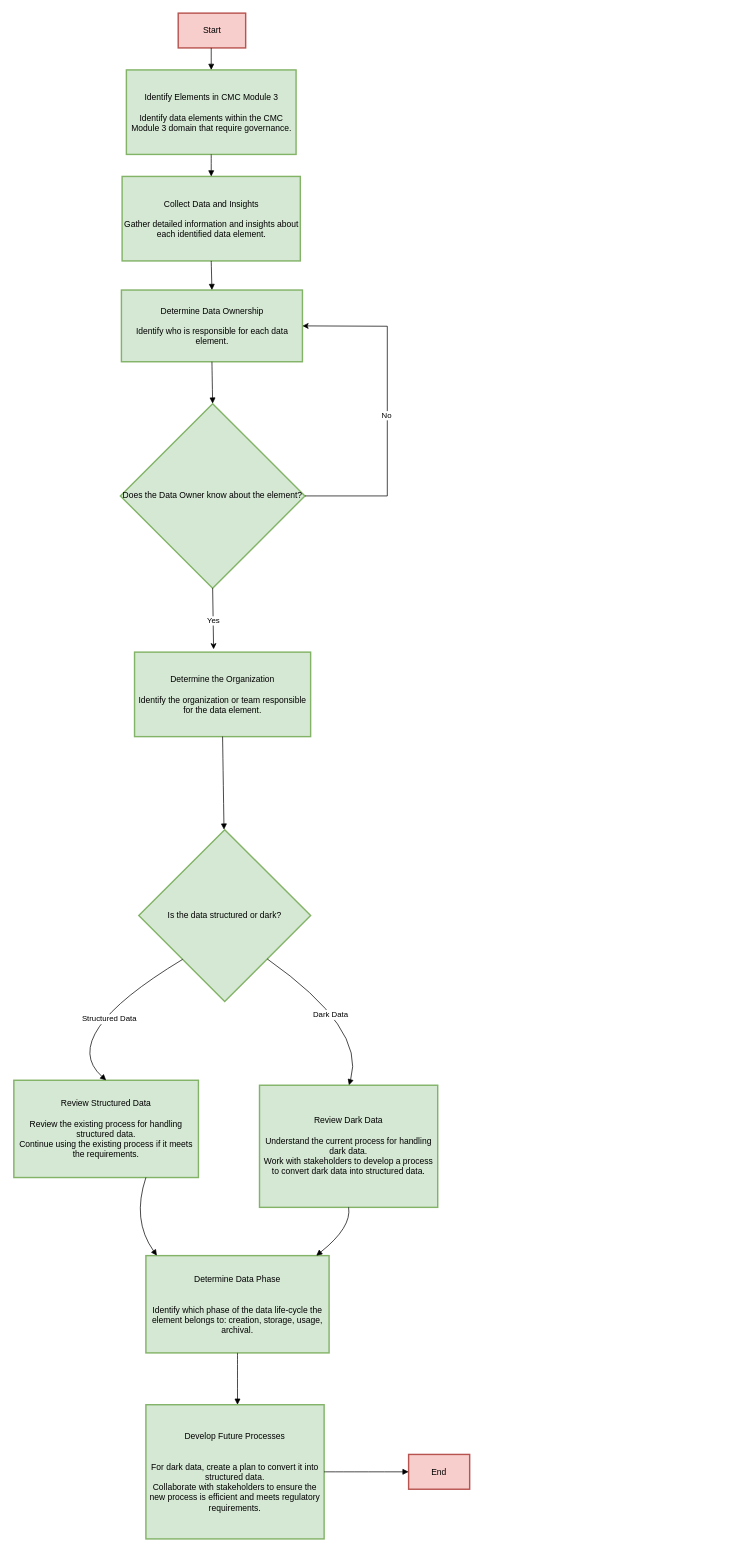
Earlier version of the draw.io diagram page "Page-1" (1 of 2) of Untitled Diagram1.drawio (pavanaj007/pavanaj0071). Source tidied: cells renumbered, new cells numbered last; positions are measured from the earlier drawing's top-left corner, leaving out a move shared by most shapes. Both pictures are drawn from the tidied source at 71%, with x=0, y=0 at pixel (13, 13).
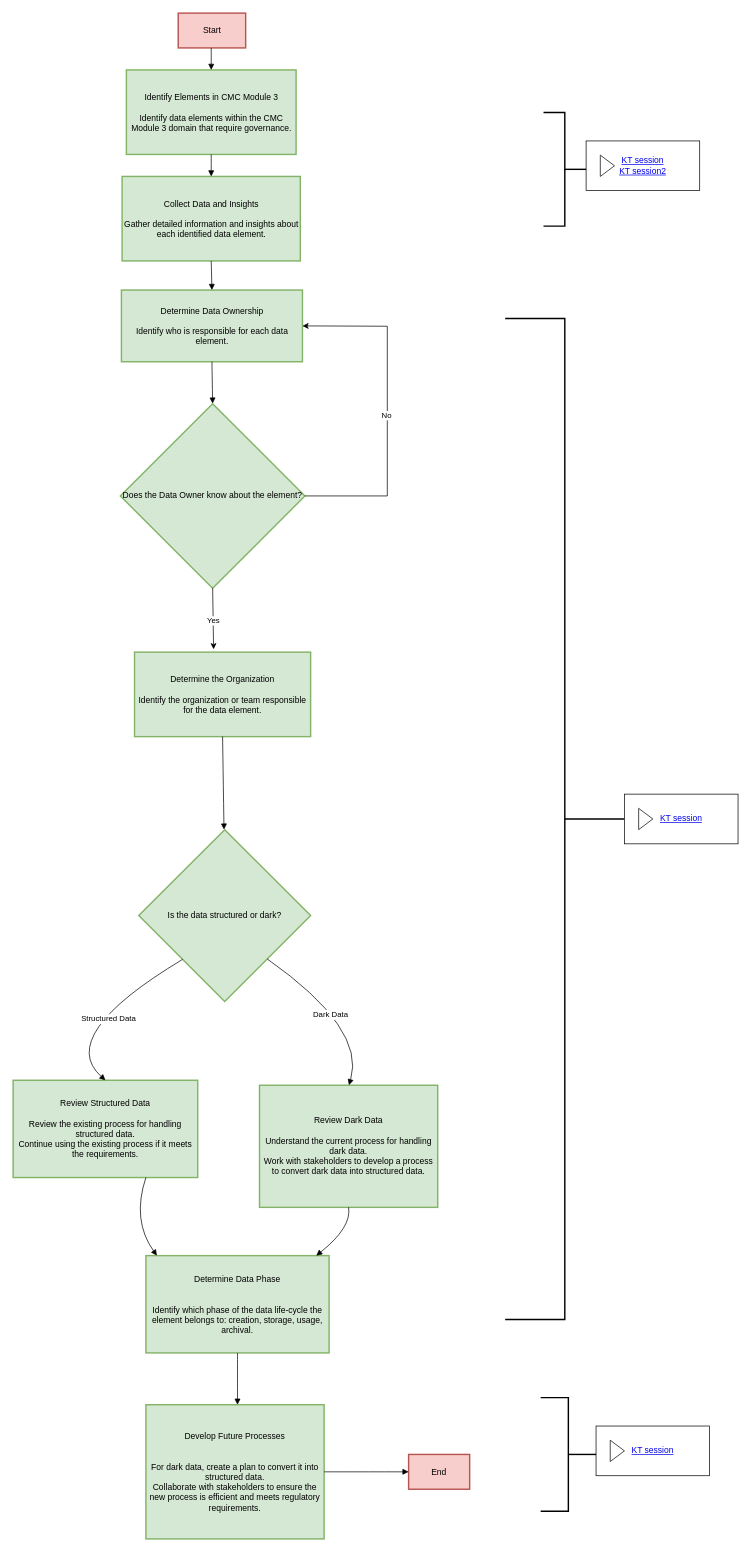
Above is the later version.

Unchanged cells that the change refers to:
```xml
<mxCell id="8" value="Is the data structured or dark?" style="rhombus;strokeWidth=2;whiteSpace=wrap;fillColor=#d5e8d4;strokeColor=#82b366;" parent="1" vertex="1">
  <mxGeometry x="176" y="1150" width="242" height="242" as="geometry" />
</mxCell>
```

Change to the diagram source:
```diff
@@
     <mxCell id="9" value="Review Structured Data&#10;&#10;Review the existing process for handling structured data.&#10;Continue using the existing process if it meets the requirements." style="whiteSpace=wrap;strokeWidth=2;fillColor=#d5e8d4;strokeColor=#82b366;" parent="1" vertex="1">
-      <mxGeometry y="1503" width="260" height="137" as="geometry" />
+      <mxGeometry x="-1" y="1503" width="260" height="137" as="geometry" />
     </mxCell>
@@
     <mxCell id="19" value="Structured Data" style="curved=1;startArrow=none;endArrow=block;exitX=0.02;exitY=1;entryX=0.5;entryY=0;rounded=0;" parent="1" edge="1" source="8" target="9">
       <mxGeometry x="-0.13" y="18" relative="1" as="geometry">
         <Array as="points">
-          <mxPoint x="60" y="1440" />
+          <mxPoint x="59" y="1440" />
         </Array>
       </mxGeometry>
     </mxCell>
@@
+    <mxCell id="29" value="&lt;a href=&quot;https://amgen.sharepoint.com/:v:/r/sites/E2ERegulatorySubmissionValueOptimization-E2EReg-CMC-ExtVendors/Shared%20Documents/E2E%20Reg%20-%20CMC-Clinical%20Ext%20Vendors/KT%20Docs/REX%20Data%20Foundation/Recordings/11-19-24_DF-DQDG%20Overview%20Recording.mp4?csf=1&amp;amp;web=1&amp;amp;e=BMZ4xL&quot;&gt;KT session&lt;/a&gt;&lt;div&gt;&lt;a href=&quot;https://amgen.sharepoint.com/:v:/r/sites/E2ERegulatorySubmissionValueOptimization-E2EReg-CMC-ExtVendors/Shared%20Documents/E2E%20Reg%20-%20CMC-Clinical%20Ext%20Vendors/KT%20Docs/REX%20Data%20Foundation/Recordings/11-20-24_DF-DQDG%20Overview%20Recording.mp4?csf=1&amp;amp;web=1&amp;amp;e=idyDzc&quot;&gt;KT session2&lt;/a&gt;&lt;/div&gt;" style="html=1;whiteSpace=wrap;" parent="1" vertex="1">
+      <mxGeometry x="806" y="180" width="160" height="70" as="geometry" />
+    </mxCell>
+    <mxCell id="30" style="triangle;html=1;whiteSpace=wrap;" parent="29" vertex="1">
+      <mxGeometry x="20" y="20" width="20" height="30" as="geometry" />
+    </mxCell>
+    <mxCell id="31" style="strokeWidth=2;html=1;shape=mxgraph.flowchart.annotation_2;align=left;labelPosition=right;direction=west;" parent="1" vertex="1">
+      <mxGeometry x="742" y="1950" width="78" height="160" as="geometry" />
+    </mxCell>
+    <mxCell id="32" style="strokeWidth=2;html=1;shape=mxgraph.flowchart.annotation_2;align=left;labelPosition=right;direction=west;" parent="1" vertex="1">
+      <mxGeometry x="692" y="430" width="168" height="1410" as="geometry" />
+    </mxCell>
+    <mxCell id="33" value="&lt;a href=&quot;https://amgen.sharepoint.com/:v:/r/sites/E2ERegulatorySubmissionValueOptimization-E2EReg-CMC-ExtVendors/Shared%20Documents/E2E%20Reg%20-%20CMC-Clinical%20Ext%20Vendors/KT%20Docs/REX%20Data%20Foundation/Recordings/11-25-24_DF-DQDG_KT%20MEETING%20RECORDING.mp4?csf=1&amp;amp;web=1&amp;amp;e=mRnVzW&quot;&gt;KT session&lt;/a&gt;" style="html=1;whiteSpace=wrap;" parent="1" vertex="1">
+      <mxGeometry x="860" y="1100" width="160" height="70" as="geometry" />
+    </mxCell>
+    <mxCell id="34" style="triangle;html=1;whiteSpace=wrap;" parent="33" vertex="1">
+      <mxGeometry x="20" y="20" width="20" height="30" as="geometry" />
+    </mxCell>
+    <mxCell id="35" style="strokeWidth=2;html=1;shape=mxgraph.flowchart.annotation_2;align=left;labelPosition=right;direction=west;" parent="1" vertex="1">
+      <mxGeometry x="746" y="140" width="60" height="160" as="geometry" />
+    </mxCell>
+    <mxCell id="36" value="&lt;a href=&quot;https://amgen.sharepoint.com/:v:/r/sites/E2ERegulatorySubmissionValueOptimization-E2EReg-CMC-ExtVendors/Shared%20Documents/E2E%20Reg%20-%20CMC-Clinical%20Ext%20Vendors/KT%20Docs/REX%20Data%20Foundation/Recordings/11-26-24_DF_DQDG_KT%20Meeting%20Recording.mp4?csf=1&amp;amp;web=1&amp;amp;e=6kenDC&quot;&gt;KT session&lt;/a&gt;" style="html=1;whiteSpace=wrap;" parent="1" vertex="1">
+      <mxGeometry x="820" y="1990" width="160" height="70" as="geometry" />
+    </mxCell>
+    <mxCell id="37" style="triangle;html=1;whiteSpace=wrap;" parent="36" vertex="1">
+      <mxGeometry x="20" y="20" width="20" height="30" as="geometry" />
+    </mxCell>
```
